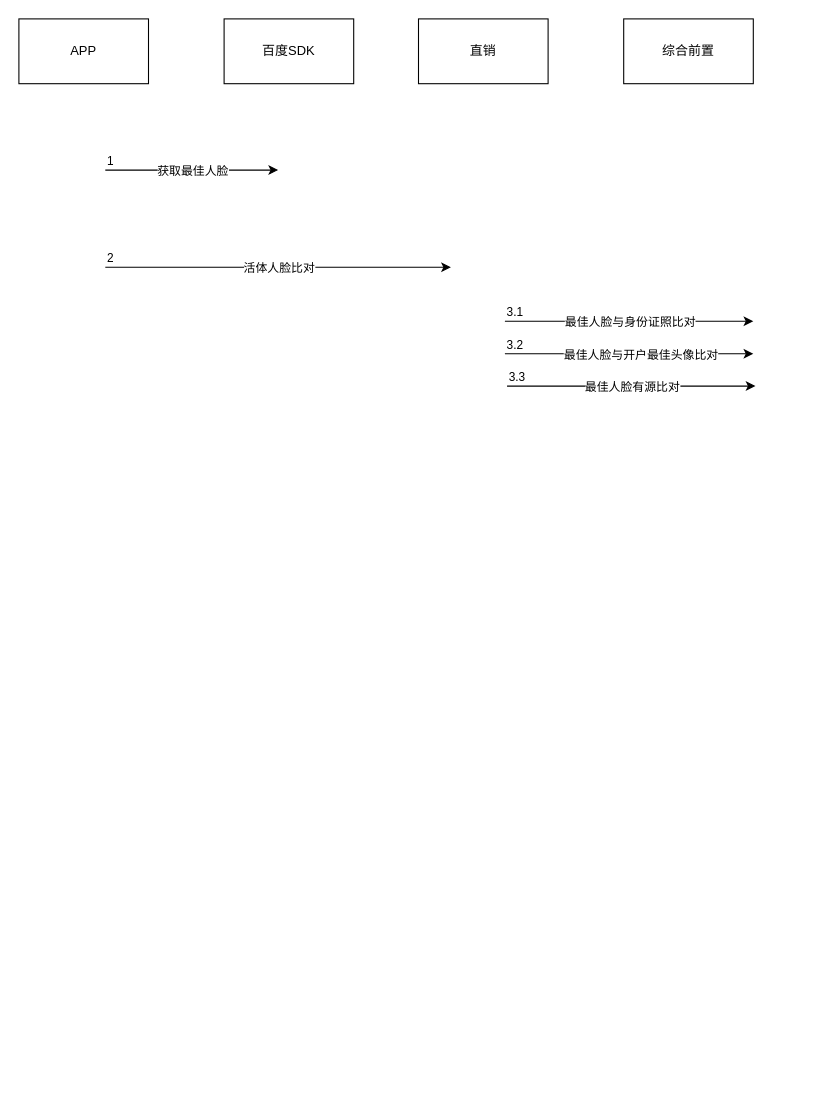
This is page "第 9 页" (9 of 9) of Untitled Diagram.drawio from xianyuenan/Testgit, a draw.io file, before an edit. Source tidied: cells renumbered, new cells numbered last; positions are measured from the earlier drawing's top-left corner, leaving out a move shared by most shapes. Both pictures are drawn from the tidied source at 108%, with x=0, y=0 at pixel (18, 18).
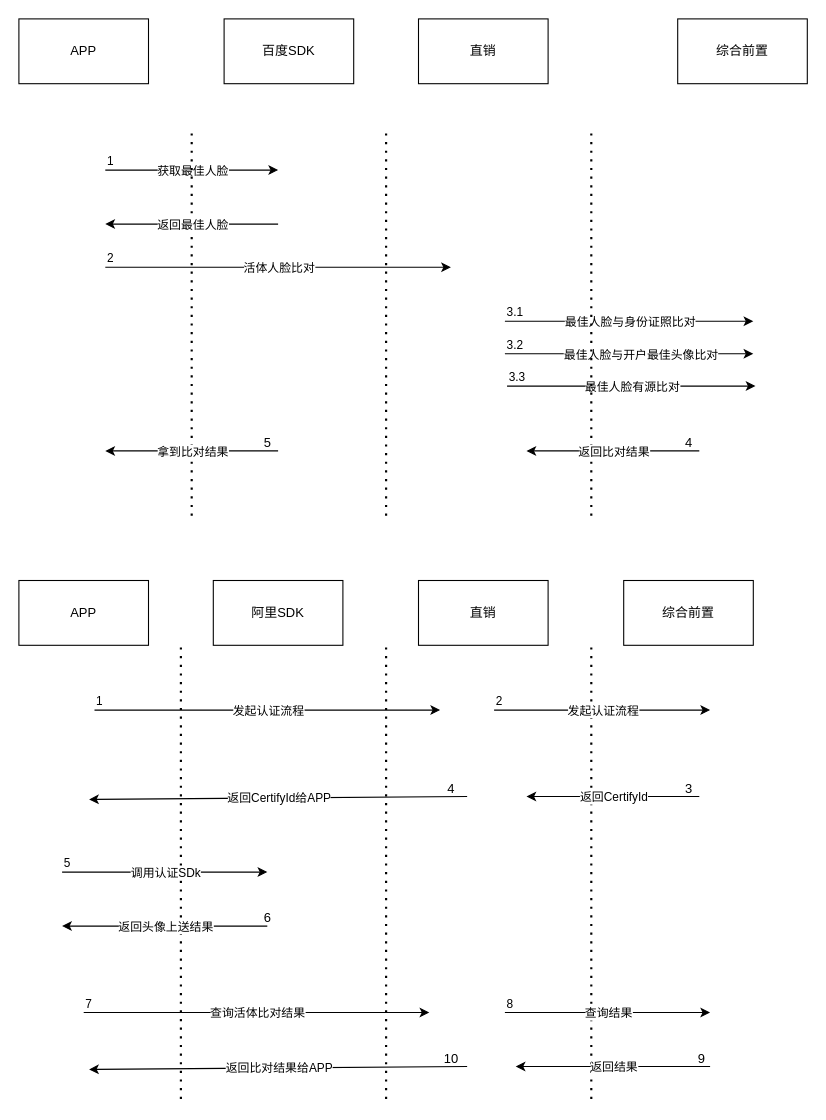
Above is the later version.

Diff of the diagram source:
```diff
@@
+    <mxCell id="21" style="group;" parent="1" vertex="1">
+      <mxGeometry width="730" height="460" as="geometry" />
+    </mxCell>
-    <mxCell id="2" value="APP" style="rounded=0;whiteSpace=wrap;html=1;" parent="1" vertex="1">
+    <mxCell id="2" value="APP" style="rounded=0;whiteSpace=wrap;html=1;" parent="21" vertex="1">
       <mxGeometry width="120" height="60" as="geometry" />
     </mxCell>
-    <mxCell id="3" value="百度SDK" style="rounded=0;whiteSpace=wrap;html=1;" parent="1" vertex="1">
+    <mxCell id="3" value="百度SDK" style="rounded=0;whiteSpace=wrap;html=1;" parent="21" vertex="1">
       <mxGeometry x="190" width="120" height="60" as="geometry" />
     </mxCell>
-    <mxCell id="4" value="直销" style="rounded=0;whiteSpace=wrap;html=1;" parent="1" vertex="1">
+    <mxCell id="4" value="直销" style="rounded=0;whiteSpace=wrap;html=1;" parent="21" vertex="1">
       <mxGeometry x="370" width="120" height="60" as="geometry" />
     </mxCell>
-    <mxCell id="5" value="综合前置" style="rounded=0;whiteSpace=wrap;html=1;" parent="1" vertex="1">
-      <mxGeometry x="560" width="120" height="60" as="geometry" />
+    <mxCell id="5" value="综合前置" style="rounded=0;whiteSpace=wrap;html=1;" parent="21" vertex="1">
+      <mxGeometry x="610" width="120" height="60" as="geometry" />
     </mxCell>
-    <mxCell id="6" style="endArrow=classic;html=1;rounded=0;" parent="1" edge="1">
+    <mxCell id="6" style="endArrow=classic;html=1;rounded=0;" parent="21" edge="1">
       <mxGeometry relative="1" as="geometry">
         <mxPoint x="80" y="140" as="sourcePoint" />
         <mxPoint x="240" y="140" as="targetPoint" />
         <Array as="points">
           <mxPoint x="150" y="140" />
         </Array>
       </mxGeometry>
     </mxCell>
@@
-    <mxCell id="9" style="endArrow=classic;html=1;rounded=0;" parent="1" edge="1">
+    <mxCell id="9" style="endArrow=classic;html=1;rounded=0;" parent="21" edge="1">
       <mxGeometry relative="1" as="geometry">
         <mxPoint x="80" y="230" as="sourcePoint" />
         <mxPoint x="400" y="230" as="targetPoint" />
         <Array as="points">
           <mxPoint x="310" y="230" />
         </Array>
       </mxGeometry>
     </mxCell>
@@
-    <mxCell id="12" style="endArrow=classic;html=1;rounded=0;" parent="1" edge="1">
+    <mxCell id="12" style="endArrow=classic;html=1;rounded=0;" parent="21" edge="1">
       <mxGeometry relative="1" as="geometry">
         <mxPoint x="450" y="280" as="sourcePoint" />
         <mxPoint x="680" y="280" as="targetPoint" />
       </mxGeometry>
     </mxCell>
@@
-    <mxCell id="15" style="endArrow=classic;html=1;rounded=0;" parent="1" edge="1">
+    <mxCell id="15" style="endArrow=classic;html=1;rounded=0;" parent="21" edge="1">
       <mxGeometry relative="1" as="geometry">
         <mxPoint x="450" y="310" as="sourcePoint" />
         <mxPoint x="680" y="310" as="targetPoint" />
       </mxGeometry>
     </mxCell>
@@
-    <mxCell id="18" style="endArrow=classic;html=1;rounded=0;" parent="1" edge="1">
+    <mxCell id="18" style="endArrow=classic;html=1;rounded=0;" parent="21" edge="1">
       <mxGeometry relative="1" as="geometry">
         <mxPoint x="452" y="340" as="sourcePoint" />
         <mxPoint x="682" y="340" as="targetPoint" />
       </mxGeometry>
     </mxCell>
@@
+    <mxCell id="22" style="endArrow=none;dashed=1;html=1;dashPattern=1 3;strokeWidth=2;rounded=0;" parent="21" edge="1">
+      <mxGeometry relative="1" as="geometry">
+        <mxPoint x="340" y="460" as="sourcePoint" />
+        <mxPoint x="340" y="100" as="targetPoint" />
+      </mxGeometry>
+    </mxCell>
+    <mxCell id="23" style="endArrow=none;dashed=1;html=1;dashPattern=1 3;strokeWidth=2;rounded=0;" parent="21" edge="1">
+      <mxGeometry relative="1" as="geometry">
+        <mxPoint x="160" y="460" as="sourcePoint" />
+        <mxPoint x="160" y="100" as="targetPoint" />
+      </mxGeometry>
+    </mxCell>
+    <mxCell id="24" style="endArrow=none;dashed=1;html=1;dashPattern=1 3;strokeWidth=2;rounded=0;" parent="21" edge="1">
+      <mxGeometry relative="1" as="geometry">
+        <mxPoint x="530" y="460" as="sourcePoint" />
+        <mxPoint x="530" y="100" as="targetPoint" />
+      </mxGeometry>
+    </mxCell>
+    <mxCell id="25" style="endArrow=classic;html=1;rounded=0;" parent="21" edge="1">
+      <mxGeometry relative="1" as="geometry">
+        <mxPoint x="240" y="190" as="sourcePoint" />
+        <mxPoint x="80" y="190" as="targetPoint" />
+      </mxGeometry>
+    </mxCell>
+    <mxCell id="26" value="返回最佳人脸" style="edgeLabel;html=1;align=center;verticalAlign=middle;" parent="25" vertex="1">
+      <mxGeometry relative="1" as="geometry" />
+    </mxCell>
+    <mxCell id="27" style="endArrow=classic;html=1;rounded=0;" parent="21" edge="1">
+      <mxGeometry relative="1" as="geometry">
+        <mxPoint x="630" y="400" as="sourcePoint" />
+        <mxPoint x="470" y="400" as="targetPoint" />
+      </mxGeometry>
+    </mxCell>
+    <mxCell id="28" value="返回比对结果" style="edgeLabel;html=1;align=center;verticalAlign=middle;" parent="27" vertex="1">
+      <mxGeometry relative="1" as="geometry" />
+    </mxCell>
+    <mxCell id="29" style="endArrow=classic;html=1;rounded=0;" parent="21" edge="1">
+      <mxGeometry relative="1" as="geometry">
+        <mxPoint x="240" y="400" as="sourcePoint" />
+        <mxPoint x="80" y="400" as="targetPoint" />
+      </mxGeometry>
+    </mxCell>
+    <mxCell id="30" value="拿到比对结果" style="edgeLabel;html=1;align=center;verticalAlign=middle;" parent="29" vertex="1">
+      <mxGeometry relative="1" as="geometry" />
+    </mxCell>
+    <mxCell id="31" value="4" style="text;html=1;align=center;verticalAlign=middle;strokeColor=none;fillColor=none;" parent="21" vertex="1">
+      <mxGeometry x="605" y="378" width="30" height="30" as="geometry" />
+    </mxCell>
+    <mxCell id="32" value="5" style="text;html=1;align=center;verticalAlign=middle;strokeColor=none;fillColor=none;" parent="21" vertex="1">
+      <mxGeometry x="215" y="378" width="30" height="30" as="geometry" />
+    </mxCell>
+    <mxCell id="33" style="group;" parent="1" vertex="1">
+      <mxGeometry y="520" width="680" height="480" as="geometry" />
+    </mxCell>
+    <mxCell id="34" value="APP" style="rounded=0;whiteSpace=wrap;html=1;" parent="33" vertex="1">
+      <mxGeometry width="120" height="60" as="geometry" />
+    </mxCell>
+    <mxCell id="35" value="阿里SDK" style="rounded=0;whiteSpace=wrap;html=1;" parent="33" vertex="1">
+      <mxGeometry x="180" width="120" height="60" as="geometry" />
+    </mxCell>
+    <mxCell id="36" value="直销" style="rounded=0;whiteSpace=wrap;html=1;" parent="33" vertex="1">
+      <mxGeometry x="370" width="120" height="60" as="geometry" />
+    </mxCell>
+    <mxCell id="37" value="综合前置" style="rounded=0;whiteSpace=wrap;html=1;" parent="33" vertex="1">
+      <mxGeometry x="560" width="120" height="60" as="geometry" />
+    </mxCell>
+    <mxCell id="38" style="endArrow=none;dashed=1;html=1;dashPattern=1 3;strokeWidth=2;rounded=0;" parent="33" edge="1">
+      <mxGeometry relative="1" as="geometry">
+        <mxPoint x="150" y="480" as="sourcePoint" />
+        <mxPoint x="150" y="60" as="targetPoint" />
+      </mxGeometry>
+    </mxCell>
+    <mxCell id="39" style="endArrow=none;dashed=1;html=1;dashPattern=1 3;strokeWidth=2;rounded=0;" parent="33" edge="1">
+      <mxGeometry relative="1" as="geometry">
+        <mxPoint x="340" y="480" as="sourcePoint" />
+        <mxPoint x="340" y="60" as="targetPoint" />
+      </mxGeometry>
+    </mxCell>
+    <mxCell id="40" style="endArrow=none;dashed=1;html=1;dashPattern=1 3;strokeWidth=2;rounded=0;" parent="33" edge="1">
+      <mxGeometry relative="1" as="geometry">
+        <mxPoint x="530" y="480" as="sourcePoint" />
+        <mxPoint x="530" y="60" as="targetPoint" />
+      </mxGeometry>
+    </mxCell>
+    <mxCell id="41" style="endArrow=classic;html=1;rounded=0;" parent="33" edge="1">
+      <mxGeometry relative="1" as="geometry">
+        <mxPoint x="70" y="120" as="sourcePoint" />
+        <mxPoint x="390" y="120" as="targetPoint" />
+        <Array as="points">
+          <mxPoint x="300" y="120" />
+        </Array>
+      </mxGeometry>
+    </mxCell>
+    <mxCell id="42" value="发起认证流程" style="edgeLabel;html=1;align=center;verticalAlign=middle;" parent="41" vertex="1">
+      <mxGeometry relative="1" as="geometry" />
+    </mxCell>
+    <mxCell id="43" value="1" style="edgeLabel;html=1;align=left;verticalAlign=bottom;" parent="41" vertex="1">
+      <mxGeometry x="-1" relative="1" as="geometry" />
+    </mxCell>
+    <mxCell id="44" style="endArrow=classic;html=1;rounded=0;" parent="33" edge="1">
+      <mxGeometry relative="1" as="geometry">
+        <mxPoint x="440" y="120" as="sourcePoint" />
+        <mxPoint x="640" y="120" as="targetPoint" />
+      </mxGeometry>
+    </mxCell>
+    <mxCell id="45" value="发起认证流程" style="edgeLabel;html=1;align=center;verticalAlign=middle;" parent="44" vertex="1">
+      <mxGeometry relative="1" as="geometry" />
+    </mxCell>
+    <mxCell id="46" value="2" style="edgeLabel;html=1;align=left;verticalAlign=bottom;" parent="44" vertex="1">
+      <mxGeometry x="-1" relative="1" as="geometry" />
+    </mxCell>
+    <mxCell id="47" style="endArrow=classic;html=1;rounded=0;" parent="33" edge="1">
+      <mxGeometry relative="1" as="geometry">
+        <mxPoint x="630" y="200" as="sourcePoint" />
+        <mxPoint x="470" y="200" as="targetPoint" />
+      </mxGeometry>
+    </mxCell>
+    <mxCell id="48" value="返回CertifyId" style="edgeLabel;html=1;align=center;verticalAlign=middle;" parent="47" vertex="1">
+      <mxGeometry relative="1" as="geometry" />
+    </mxCell>
+    <mxCell id="49" value="3" style="text;html=1;align=center;verticalAlign=middle;strokeColor=none;fillColor=none;" parent="33" vertex="1">
+      <mxGeometry x="605" y="178" width="30" height="30" as="geometry" />
+    </mxCell>
+    <mxCell id="50" style="endArrow=classic;html=1;rounded=0;" parent="33" edge="1">
+      <mxGeometry relative="1" as="geometry">
+        <mxPoint x="415" y="200" as="sourcePoint" />
+        <mxPoint x="65" y="202.7" as="targetPoint" />
+      </mxGeometry>
+    </mxCell>
+    <mxCell id="51" value="返回CertifyId给APP" style="edgeLabel;html=1;align=center;verticalAlign=middle;" parent="50" vertex="1">
+      <mxGeometry relative="1" as="geometry" />
+    </mxCell>
+    <mxCell id="52" value="4" style="text;html=1;align=center;verticalAlign=middle;strokeColor=none;fillColor=none;" parent="33" vertex="1">
+      <mxGeometry x="385" y="178" width="30" height="30" as="geometry" />
+    </mxCell>
+    <mxCell id="53" style="endArrow=classic;html=1;rounded=0;" parent="33" edge="1">
+      <mxGeometry relative="1" as="geometry">
+        <mxPoint x="40" y="270" as="sourcePoint" />
+        <mxPoint x="230" y="270" as="targetPoint" />
+      </mxGeometry>
+    </mxCell>
+    <mxCell id="54" value="调用认证SDk" style="edgeLabel;html=1;align=center;verticalAlign=middle;" parent="53" vertex="1">
+      <mxGeometry relative="1" as="geometry" />
+    </mxCell>
+    <mxCell id="55" value="5" style="edgeLabel;html=1;align=left;verticalAlign=bottom;" parent="53" vertex="1">
+      <mxGeometry x="-1" relative="1" as="geometry" />
+    </mxCell>
+    <mxCell id="56" style="endArrow=classic;html=1;rounded=0;" parent="33" edge="1">
+      <mxGeometry relative="1" as="geometry">
+        <mxPoint x="230" y="320" as="sourcePoint" />
+        <mxPoint x="40" y="320" as="targetPoint" />
+      </mxGeometry>
+    </mxCell>
+    <mxCell id="57" value="返回头像上送结果" style="edgeLabel;html=1;align=center;verticalAlign=middle;" parent="56" vertex="1">
+      <mxGeometry relative="1" as="geometry" />
+    </mxCell>
+    <mxCell id="58" value="6" style="text;html=1;align=center;verticalAlign=middle;strokeColor=none;fillColor=none;" parent="33" vertex="1">
+      <mxGeometry x="215" y="298" width="30" height="30" as="geometry" />
+    </mxCell>
+    <mxCell id="59" style="endArrow=classic;html=1;rounded=0;" parent="33" edge="1">
+      <mxGeometry relative="1" as="geometry">
+        <mxPoint x="60" y="400" as="sourcePoint" />
+        <mxPoint x="380" y="400" as="targetPoint" />
+        <Array as="points">
+          <mxPoint x="290" y="400" />
+        </Array>
+      </mxGeometry>
+    </mxCell>
+    <mxCell id="60" value="查询活体比对结果" style="edgeLabel;html=1;align=center;verticalAlign=middle;" parent="59" vertex="1">
+      <mxGeometry relative="1" as="geometry" />
+    </mxCell>
+    <mxCell id="61" value="7" style="edgeLabel;html=1;align=left;verticalAlign=bottom;" parent="59" vertex="1">
+      <mxGeometry x="-1" relative="1" as="geometry" />
+    </mxCell>
+    <mxCell id="62" style="endArrow=classic;html=1;rounded=0;" parent="33" edge="1">
+      <mxGeometry relative="1" as="geometry">
+        <mxPoint x="450" y="400" as="sourcePoint" />
+        <mxPoint x="640" y="400" as="targetPoint" />
+      </mxGeometry>
+    </mxCell>
+    <mxCell id="63" value="查询结果" style="edgeLabel;html=1;align=center;verticalAlign=middle;" parent="62" vertex="1">
+      <mxGeometry relative="1" as="geometry" />
+    </mxCell>
+    <mxCell id="64" value="8" style="edgeLabel;html=1;align=left;verticalAlign=bottom;" parent="62" vertex="1">
+      <mxGeometry x="-1" relative="1" as="geometry" />
+    </mxCell>
+    <mxCell id="65" style="endArrow=classic;html=1;rounded=0;" parent="33" edge="1">
+      <mxGeometry relative="1" as="geometry">
+        <mxPoint x="640" y="450" as="sourcePoint" />
+        <mxPoint x="460" y="450" as="targetPoint" />
+      </mxGeometry>
+    </mxCell>
+    <mxCell id="66" value="返回结果" style="edgeLabel;html=1;align=center;verticalAlign=middle;" parent="65" vertex="1">
+      <mxGeometry relative="1" as="geometry" />
+    </mxCell>
+    <mxCell id="67" value="9" style="text;html=1;align=center;verticalAlign=middle;strokeColor=none;fillColor=none;" parent="33" vertex="1">
+      <mxGeometry x="617" y="428" width="30" height="30" as="geometry" />
+    </mxCell>
+    <mxCell id="68" style="endArrow=classic;html=1;rounded=0;" parent="33" edge="1">
+      <mxGeometry relative="1" as="geometry">
+        <mxPoint x="415" y="450" as="sourcePoint" />
+        <mxPoint x="65" y="452.7" as="targetPoint" />
+      </mxGeometry>
+    </mxCell>
+    <mxCell id="69" value="返回比对结果给APP" style="edgeLabel;html=1;align=center;verticalAlign=middle;" parent="68" vertex="1">
+      <mxGeometry relative="1" as="geometry" />
+    </mxCell>
+    <mxCell id="70" value="10" style="text;html=1;align=center;verticalAlign=middle;strokeColor=none;fillColor=none;" parent="33" vertex="1">
+      <mxGeometry x="380" y="428" width="40" height="30" as="geometry" />
+    </mxCell>
```
